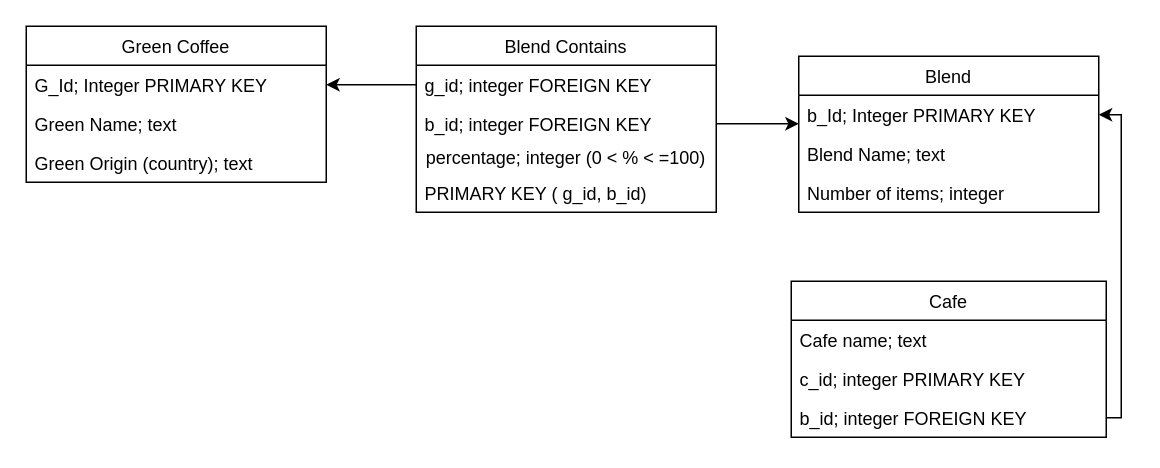
Earlier version of the draw.io diagram RoasterLog.drawio (626tomp/RoastingLog). Source tidied: cells renumbered, new cells numbered last; positions are measured from the earlier drawing's top-left corner, leaving out a move shared by most shapes. Both pictures are drawn from the tidied source at 150%, with x=0, y=0 at pixel (26, 26).
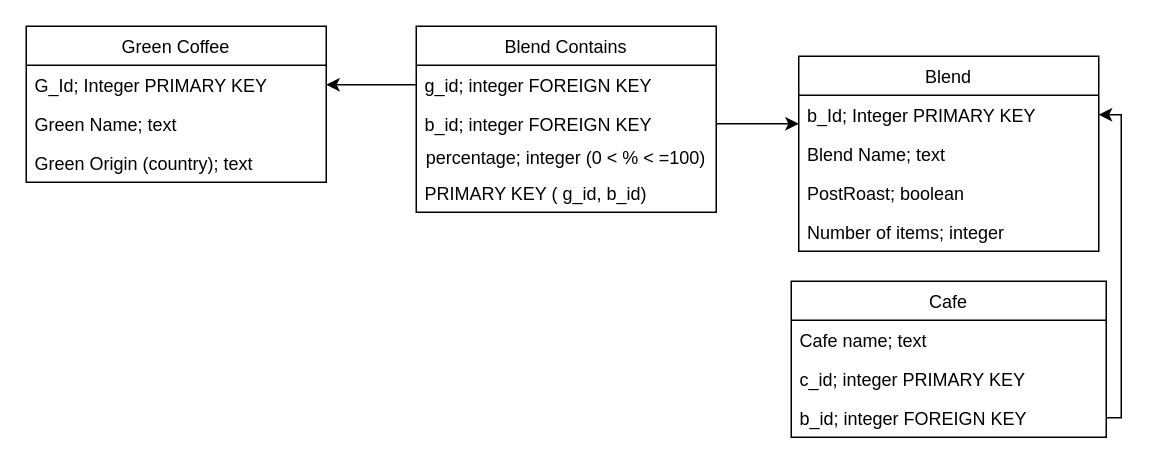
The same page after the edit.

Diff of the diagram source:
```diff
@@
     <mxCell id="12" value="Blend" style="swimlane;fontStyle=0;horizontal=1;startSize=26;" parent="1" vertex="1">
-      <mxGeometry x="515" y="20" width="200" height="104" as="geometry" />
+      <mxGeometry x="515" y="20" width="200" height="130" as="geometry" />
     </mxCell>
@@
+    <mxCell id="22" value="PostRoast; boolean" style="text;strokeColor=none;fillColor=none;align=left;verticalAlign=top;spacingLeft=4;spacingRight=4;overflow=hidden;" parent="12" vertex="1">
+      <mxGeometry y="78" width="200" height="26" as="geometry" />
+    </mxCell>
     <mxCell id="15" value="Number of items; integer" style="text;strokeColor=none;fillColor=none;align=left;verticalAlign=top;spacingLeft=4;spacingRight=4;overflow=hidden;" parent="12" vertex="1">
-      <mxGeometry y="78" width="200" height="26" as="geometry" />
+      <mxGeometry y="104" width="200" height="26" as="geometry" />
     </mxCell>
```
